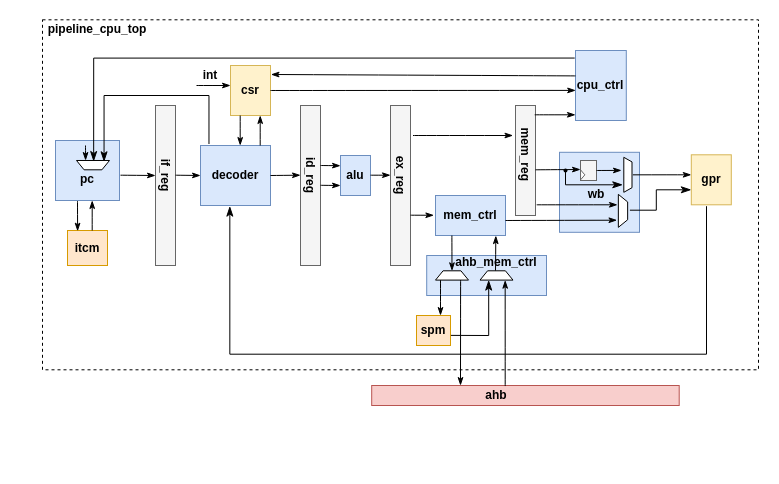
Earlier version of the draw.io diagram notes/ahb_cpu.drawio (meosii/siiCpu). Source tidied: cells renumbered, new cells numbered last; positions are measured from the earlier drawing's top-left corner, leaving out a move shared by most shapes. Both pictures are drawn from the tidied source at 100%, with x=0, y=0 at pixel (42, 19).
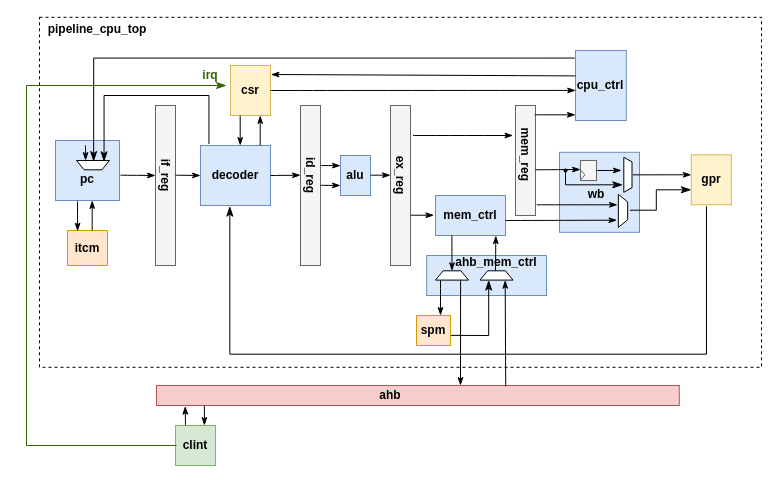
Above is the later version.

Unchanged cells that the change refers to:
```xml
<mxCell id="73" style="verticalLabelPosition=middle;verticalAlign=middle;html=1;shape=trapezoid;perimeter=trapezoidPerimeter;whiteSpace=wrap;size=0.23;arcSize=10;flipV=1;labelPosition=center;align=center;rotation=-180;" parent="1" vertex="1">
  <mxGeometry x="437.5" y="251.3" width="33" height="9.3" as="geometry" />
</mxCell>
```

Diff of the diagram source:
```diff
@@
+    <mxCell id="24" style="rounded=0;whiteSpace=wrap;html=1;fontStyle=0;fillColor=#f8cecc;strokeColor=#b85450;" parent="1" vertex="1">
+      <mxGeometry x="114" y="366" width="522.8" height="20" as="geometry" />
+    </mxCell>
@@
     <mxCell id="3" style="rounded=0;whiteSpace=wrap;html=1;shadow=0;glass=0;strokeWidth=1;dashed=1;fillColor=none;" parent="1" vertex="1">
-      <mxGeometry y="0.3" width="716" height="350" as="geometry" />
+      <mxGeometry x="-3" y="-2.2" width="722" height="350" as="geometry" />
     </mxCell>
@@
-    <mxCell id="24" style="rounded=0;whiteSpace=wrap;html=1;fontStyle=0;fillColor=#f8cecc;strokeColor=#b85450;" parent="1" vertex="1">
-      <mxGeometry x="329.2" y="366" width="307.5" height="20" as="geometry" />
-    </mxCell>
     <mxCell id="25" value="ahb" style="text;strokeColor=none;align=center;fillColor=none;html=1;verticalAlign=middle;whiteSpace=wrap;rounded=0;fontStyle=1;" parent="1" vertex="1">
-      <mxGeometry x="424" y="366" width="60" height="20" as="geometry" />
+      <mxGeometry x="318" y="366" width="60" height="20" as="geometry" />
     </mxCell>
@@
-    <mxCell id="34" style="endArrow=classicThin;html=1;curved=1;rounded=0;endFill=1;entryX=0.237;entryY=1.014;entryDx=0;entryDy=0;entryPerimeter=0;exitX=0.645;exitY=0.028;exitDx=0;exitDy=0;exitPerimeter=0;" parent="1" edge="1" source="25" target="73">
+    <mxCell id="34" style="endArrow=classicThin;html=1;curved=1;rounded=0;endFill=1;entryX=0.237;entryY=1.014;entryDx=0;entryDy=0;entryPerimeter=0;exitX=0.668;exitY=0.045;exitDx=0;exitDy=0;exitPerimeter=0;" parent="1" edge="1" source="24" target="73">
       <mxGeometry relative="1" as="geometry" />
     </mxCell>
@@
-    <mxCell id="61" style="endArrow=classicThin;html=1;curved=1;rounded=0;endFill=1;" parent="1" edge="1">
-      <mxGeometry relative="1" as="geometry">
-        <mxPoint x="154" y="66" as="sourcePoint" />
-        <mxPoint x="188" y="66" as="targetPoint" />
-      </mxGeometry>
-    </mxCell>
-    <mxCell id="62" value="int" style="text;strokeColor=none;align=center;fillColor=none;html=1;verticalAlign=middle;whiteSpace=wrap;rounded=0;fontStyle=1;" parent="1" vertex="1">
+    <mxCell id="62" value="irq" style="text;strokeColor=none;align=center;fillColor=none;html=1;verticalAlign=middle;whiteSpace=wrap;rounded=0;fontStyle=1;fontColor=#336600;" parent="1" vertex="1">
       <mxGeometry x="153" y="46" width="30" height="20" as="geometry" />
     </mxCell>
@@
+    <mxCell id="80" style="rounded=0;whiteSpace=wrap;html=1;fontStyle=0;fillColor=#d5e8d4;strokeColor=#82b366;" parent="1" vertex="1">
+      <mxGeometry x="133" y="406" width="40" height="40" as="geometry" />
+    </mxCell>
+    <mxCell id="81" value="clint" style="text;strokeColor=none;align=center;fillColor=none;html=1;verticalAlign=middle;whiteSpace=wrap;rounded=0;fontStyle=1;" parent="1" vertex="1">
+      <mxGeometry x="123" y="416" width="60" height="20" as="geometry" />
+    </mxCell>
+    <mxCell id="82" style="endArrow=classicThin;html=1;curved=1;rounded=0;endFill=1;entryX=0.095;entryY=1.035;entryDx=0;entryDy=0;entryPerimeter=0;exitX=0.25;exitY=0;exitDx=0;exitDy=0;" parent="1" edge="1" source="80">
+      <mxGeometry relative="1" as="geometry">
+        <mxPoint x="142.7" y="386.7" as="targetPoint" />
+      </mxGeometry>
+    </mxCell>
+    <mxCell id="83" style="endArrow=classicThin;html=1;curved=1;rounded=0;endFill=1;entryX=0.5;entryY=1;entryDx=0;entryDy=0;exitX=0.25;exitY=0;exitDx=0;exitDy=0;" parent="1" edge="1">
+      <mxGeometry relative="1" as="geometry">
+        <mxPoint x="161.9" y="386" as="sourcePoint" />
+        <mxPoint x="161.9" y="406" as="targetPoint" />
+      </mxGeometry>
+    </mxCell>
+    <mxCell id="84" style="edgeStyle=elbowEdgeStyle;elbow=horizontal;endArrow=classicThin;html=1;curved=0;rounded=0;endSize=8;startSize=8;endFill=1;strokeColor=#336600;" parent="1" edge="1">
+      <mxGeometry relative="1" as="geometry">
+        <mxPoint x="134" y="426" as="sourcePoint" />
+        <mxPoint x="184" y="66" as="targetPoint" />
+        <Array as="points">
+          <mxPoint x="-16" y="246" />
+        </Array>
+      </mxGeometry>
+    </mxCell>
```
